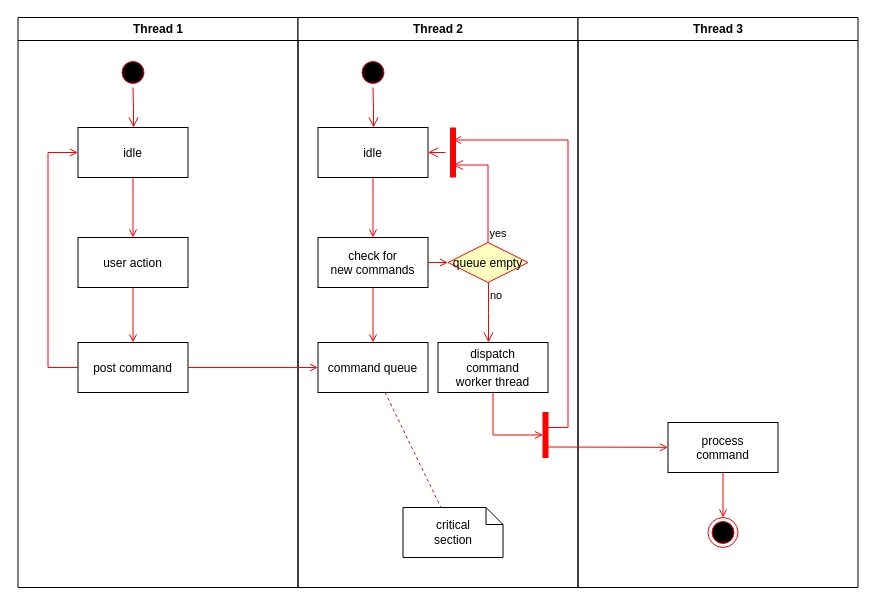
Earlier version of the draw.io diagram PAM_UML_ACTIVITY.drawio (MFaisal00359/Kamu-nanyeaa). Source tidied: cells renumbered, new cells numbered last; positions are measured from the earlier drawing's top-left corner, leaving out a move shared by most shapes. Both pictures are drawn from the tidied source at 100%, with x=0, y=0 at pixel (17, 17).
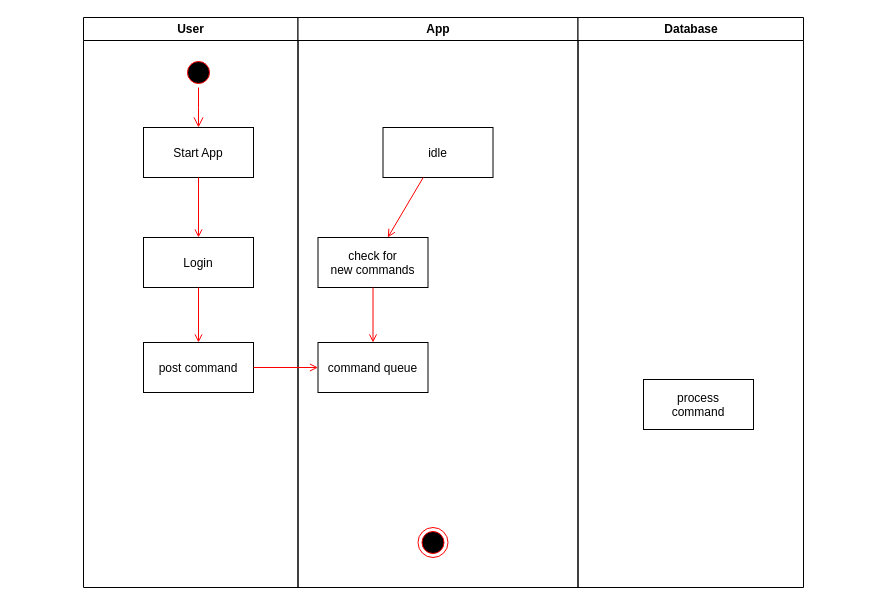
Above is the later version.

The change refers to these unchanged cells:
```xml
<mxCell id="8" value="post command" parent="2" vertex="1">
  <mxGeometry x="60" y="325" width="110" height="50" as="geometry" />
</mxCell>
<mxCell id="15" value="check for &#10;new commands" parent="11" vertex="1">
  <mxGeometry x="20" y="220" width="110" height="50" as="geometry" />
</mxCell>
<mxCell id="17" value="command queue" parent="11" vertex="1">
  <mxGeometry x="20" y="325" width="110" height="50" as="geometry" />
</mxCell>
```

What changed in the source:
```diff
@@
-    <mxCell id="2" value="Thread 1" style="swimlane;whiteSpace=wrap;" parent="1" vertex="1">
-      <mxGeometry x="0.5" width="280" height="570" as="geometry" />
+    <mxCell id="2" value="User" style="swimlane;whiteSpace=wrap;startSize=23;" parent="1" vertex="1">
+      <mxGeometry x="66" width="214.5" height="570" as="geometry" />
     </mxCell>
@@
-    <mxCell id="5" value="idle" parent="2" vertex="1">
+    <mxCell id="5" value="Start App" parent="2" vertex="1">
       <mxGeometry x="60" y="110" width="110" height="50" as="geometry" />
     </mxCell>
-    <mxCell id="6" value="user action" parent="2" vertex="1">
+    <mxCell id="6" value="Login" parent="2" vertex="1">
       <mxGeometry x="60" y="220" width="110" height="50" as="geometry" />
     </mxCell>
@@
-    <mxCell id="10" style="edgeStyle=elbowEdgeStyle;elbow=horizontal;strokeColor=#FF0000;endArrow=open;endFill=1;rounded=0;" parent="2" edge="1" source="8" target="5">
-      <mxGeometry relative="1" as="geometry">
-        <Array as="points">
-          <mxPoint x="30" y="250" />
-        </Array>
-      </mxGeometry>
-    </mxCell>
-    <mxCell id="11" value="Thread 2" style="swimlane;whiteSpace=wrap;" parent="1" vertex="1">
+    <mxCell id="11" value="App" style="swimlane;whiteSpace=wrap;startSize=23;" parent="1" vertex="1">
       <mxGeometry x="280.5" width="280" height="570" as="geometry" />
     </mxCell>
-    <mxCell id="12" style="ellipse;shape=startState;fillColor=#000000;strokeColor=#ff0000;" parent="11" vertex="1">
-      <mxGeometry x="60" y="40" width="30" height="30" as="geometry" />
-    </mxCell>
-    <mxCell id="13" style="edgeStyle=elbowEdgeStyle;elbow=horizontal;verticalAlign=bottom;endArrow=open;endSize=8;strokeColor=#FF0000;endFill=1;rounded=0;" parent="11" edge="1" source="12" target="14">
-      <mxGeometry x="40" y="20" as="geometry" />
-    </mxCell>
     <mxCell id="14" value="idle" parent="11" vertex="1">
-      <mxGeometry x="20" y="110" width="110" height="50" as="geometry" />
+      <mxGeometry x="85" y="110" width="110" height="50" as="geometry" />
     </mxCell>
@@
-    <mxCell id="19" value="queue empty" style="rhombus;fillColor=#ffffc0;strokeColor=#ff0000;" parent="11" vertex="1">
-      <mxGeometry x="150" y="225" width="80" height="40" as="geometry" />
-    </mxCell>
-    <mxCell id="20" value="yes" style="edgeStyle=elbowEdgeStyle;elbow=horizontal;align=left;verticalAlign=bottom;endArrow=open;endSize=8;strokeColor=#FF0000;exitX=0.5;exitY=0;endFill=1;rounded=0;entryX=0.75;entryY=0.5;entryPerimeter=0;" parent="11" edge="1" source="19" target="23">
-      <mxGeometry x="-1" relative="1" as="geometry">
-        <Array as="points">
-          <mxPoint x="190" y="180" />
-        </Array>
-      </mxGeometry>
-    </mxCell>
-    <mxCell id="21" value="no" style="edgeStyle=elbowEdgeStyle;elbow=horizontal;align=left;verticalAlign=top;endArrow=open;endSize=8;strokeColor=#FF0000;endFill=1;rounded=0;" parent="11" edge="1" source="19" target="25">
-      <mxGeometry x="-1" relative="1" as="geometry" />
-    </mxCell>
-    <mxCell id="22" style="endArrow=open;strokeColor=#FF0000;endFill=1;rounded=0;" parent="11" edge="1" source="15" target="19">
-      <mxGeometry relative="1" as="geometry" />
-    </mxCell>
-    <mxCell id="23" style="shape=line;strokeWidth=6;strokeColor=#ff0000;rotation=90;" parent="11" vertex="1">
-      <mxGeometry x="130" y="127.5" width="50" height="15" as="geometry" />
-    </mxCell>
-    <mxCell id="24" style="edgeStyle=elbowEdgeStyle;elbow=horizontal;verticalAlign=bottom;endArrow=open;endSize=8;strokeColor=#FF0000;endFill=1;rounded=0;" parent="11" edge="1" source="23" target="14">
-      <mxGeometry x="130" y="90" as="geometry" />
-    </mxCell>
-    <mxCell id="25" value="dispatch&#10;command&#10;worker thread" parent="11" vertex="1">
-      <mxGeometry x="140" y="325" width="110" height="50" as="geometry" />
-    </mxCell>
-    <mxCell id="26" value="critical&#10;section" style="shape=note;whiteSpace=wrap;size=17;" parent="11" vertex="1">
-      <mxGeometry x="105" y="490" width="100" height="50" as="geometry" />
-    </mxCell>
-    <mxCell id="27" style="endArrow=none;strokeColor=#FF0000;endFill=0;rounded=0;dashed=1;" parent="11" edge="1" source="17" target="26">
-      <mxGeometry relative="1" as="geometry" />
-    </mxCell>
-    <mxCell id="28" style="whiteSpace=wrap;strokeColor=#FF0000;fillColor=#FF0000;" parent="11" vertex="1">
-      <mxGeometry x="245" y="395" width="5" height="45" as="geometry" />
-    </mxCell>
-    <mxCell id="29" style="edgeStyle=elbowEdgeStyle;elbow=horizontal;entryX=0;entryY=0.5;strokeColor=#FF0000;endArrow=open;endFill=1;rounded=0;" parent="11" edge="1" source="25" target="28">
-      <mxGeometry relative="1" as="geometry">
-        <Array as="points">
-          <mxPoint x="195" y="400" />
-        </Array>
-      </mxGeometry>
-    </mxCell>
+    <mxCell id="34" style="ellipse;shape=endState;fillColor=#000000;strokeColor=#ff0000;" parent="11" vertex="1">
+      <mxGeometry x="120" y="510" width="30" height="30" as="geometry" />
+    </mxCell>
-    <mxCell id="30" value="Thread 3" style="swimlane;whiteSpace=wrap;" parent="1" vertex="1">
-      <mxGeometry x="560.5" width="280" height="570" as="geometry" />
+    <mxCell id="30" value="Database" style="swimlane;whiteSpace=wrap;" parent="1" vertex="1">
+      <mxGeometry x="560.5" width="225.5" height="570" as="geometry" />
     </mxCell>
     <mxCell id="31" value="process&#10;command" parent="30" vertex="1">
-      <mxGeometry x="90" y="405" width="110" height="50" as="geometry" />
+      <mxGeometry x="65.5" y="362" width="110" height="50" as="geometry" />
     </mxCell>
-    <mxCell id="32" style="edgeStyle=elbowEdgeStyle;elbow=horizontal;strokeColor=#FF0000;endArrow=open;endFill=1;rounded=0;entryX=0.25;entryY=0.5;entryPerimeter=0;" parent="30" edge="1" target="23">
-      <mxGeometry relative="1" as="geometry">
-        <mxPoint x="-30" y="410" as="sourcePoint" />
-        <Array as="points">
-          <mxPoint x="-10" y="135" />
-        </Array>
-      </mxGeometry>
-    </mxCell>
-    <mxCell id="33" style="edgeStyle=none;strokeColor=#FF0000;endArrow=open;endFill=1;rounded=0;" parent="30" edge="1" target="31">
-      <mxGeometry relative="1" as="geometry">
-        <mxPoint x="-30" y="429.5" as="sourcePoint" />
-      </mxGeometry>
-    </mxCell>
-    <mxCell id="34" style="ellipse;shape=endState;fillColor=#000000;strokeColor=#ff0000;" parent="30" vertex="1">
-      <mxGeometry x="130" y="500" width="30" height="30" as="geometry" />
-    </mxCell>
-    <mxCell id="35" style="endArrow=open;strokeColor=#FF0000;endFill=1;rounded=0;" parent="30" edge="1" source="31" target="34">
-      <mxGeometry relative="1" as="geometry" />
-    </mxCell>
```
